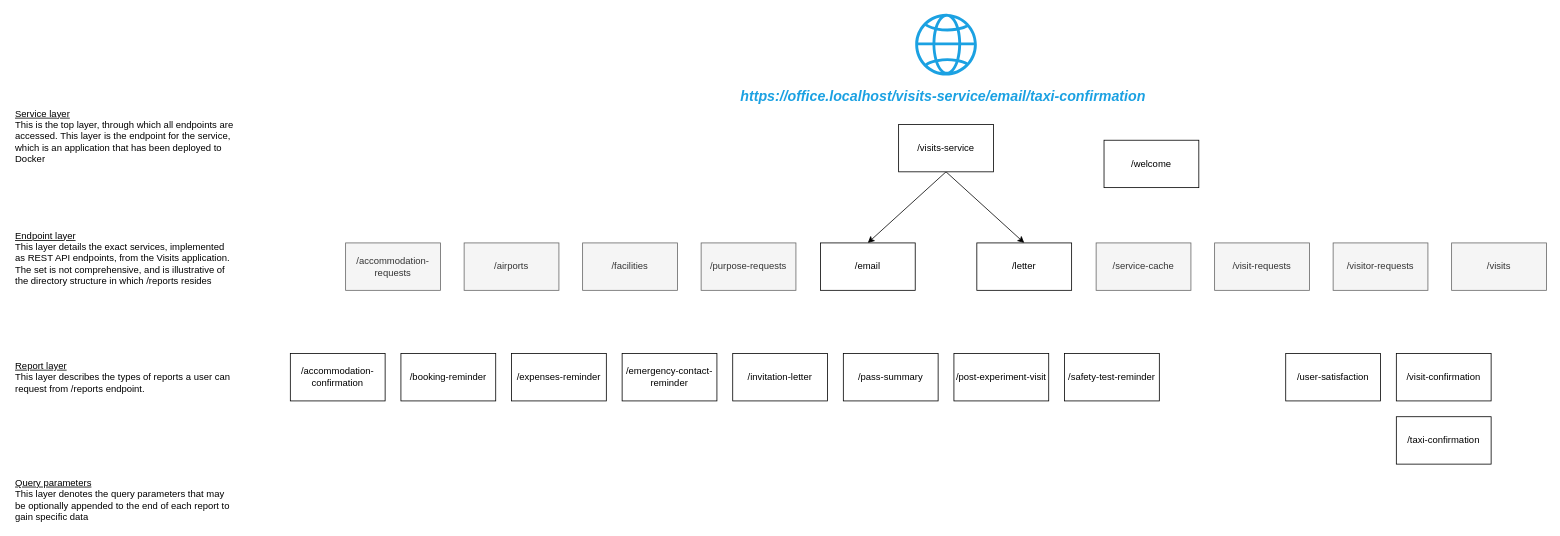
This is Service URL hierarchy.drawio from ambolt314/FinalProjectDesign, a draw.io file, before an edit. Source tidied: cells renumbered, new cells numbered last; positions are measured from the earlier drawing's top-left corner, leaving out a move shared by most shapes. Both pictures are drawn from the tidied source at 79%, with x=0, y=0 at pixel (13, 13).
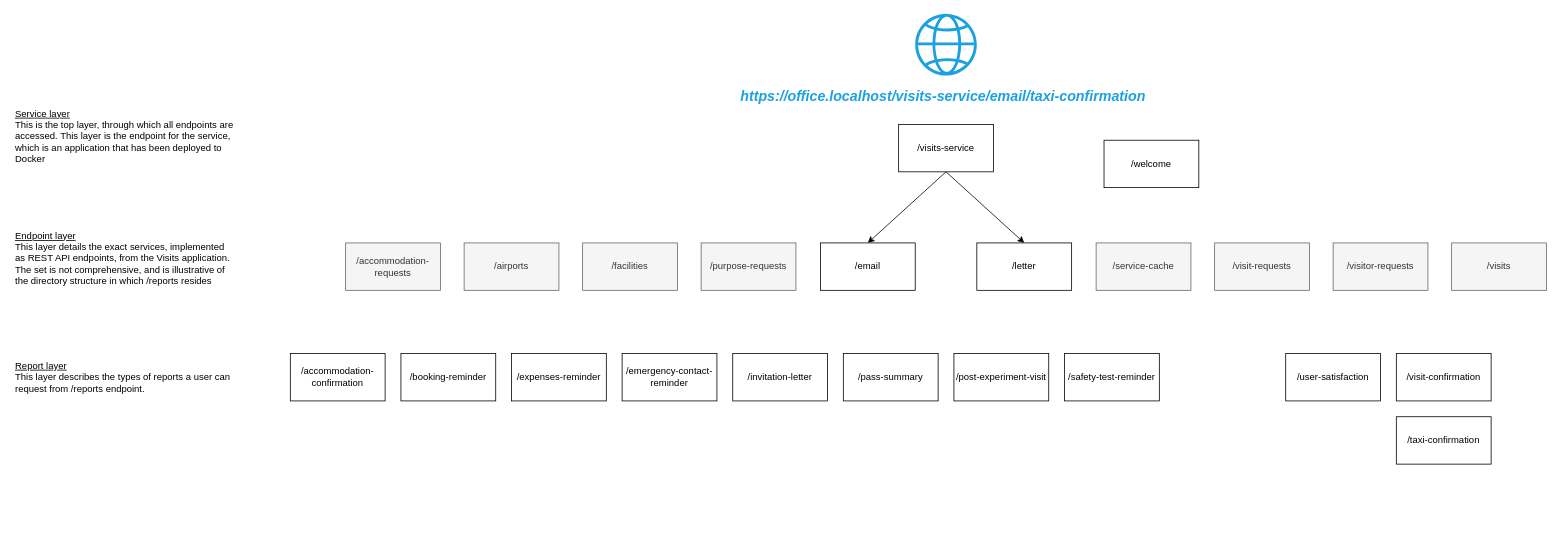
Above is the later version.

Commit message:
Removed query param layer

What changed in the source:
```diff
@@
-    <mxCell id="21" value="&lt;u&gt;Query parameters&lt;br&gt;&lt;/u&gt;&lt;div align=&quot;left&quot;&gt;This layer denotes the query parameters that may be optionally appended to the end of each report to gain specific data&lt;br&gt;&lt;/div&gt;" style="text;html=1;align=left;verticalAlign=middle;whiteSpace=wrap;rounded=0;" parent="1" vertex="1">
-      <mxGeometry y="600" width="280" height="30" as="geometry" />
-    </mxCell>
```
